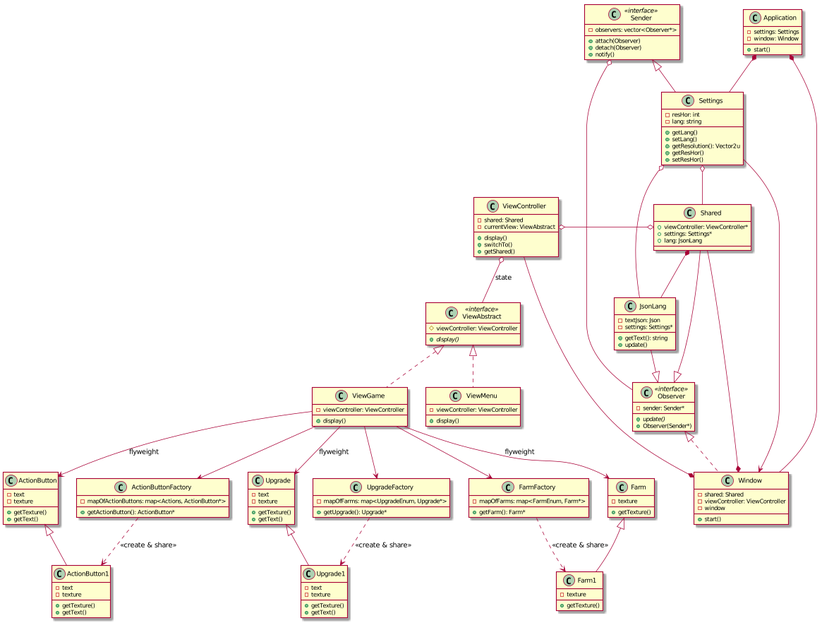
ArturBa/AlmostAgricola keeps this PlantUML diagram as docs/UML/ClassUML.png. Above is the earlier version.
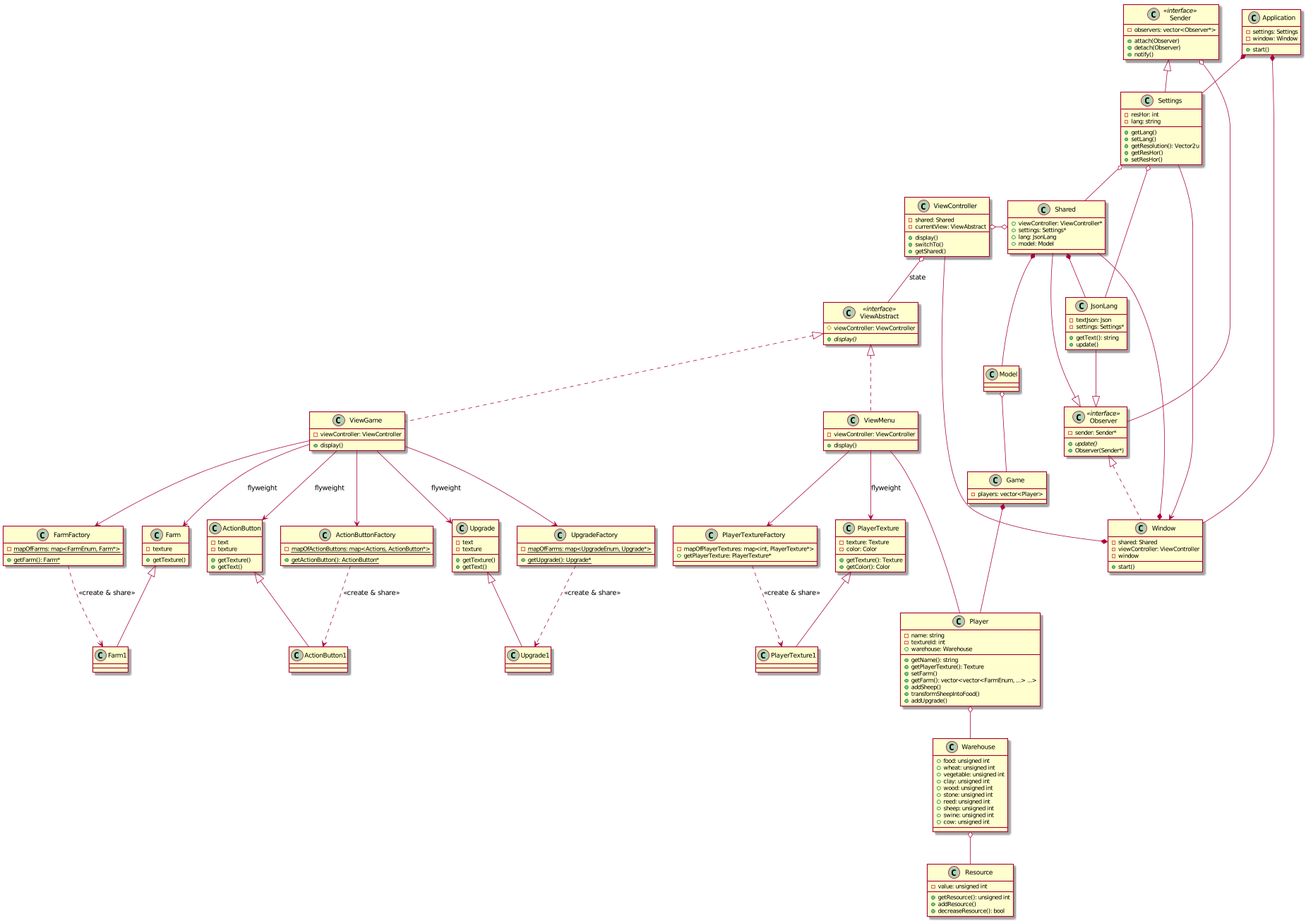
The same diagram one commit later.

Diff of the diagram source:
```diff
@@ -11,6 +11,7 @@
     + viewController: ViewController*
     + settings: Settings*
     + lang: JsonLang
+    + model: Model
 }
 
 class ViewController{
@@ -66,8 +67,8 @@
 }
 
 class ActionButtonFactory {
-    - mapOfActionButtons: map<Actions, ActionButton*>
-    + getActionButton(): ActionButton*
+    - {static} mapOfActionButtons: map<Actions, ActionButton*>
+    + {static} getActionButton(): ActionButton*
 }
 
 class ActionButton{
@@ -78,15 +79,11 @@
 }
 
 class ActionButton1{
-    - text
-    - texture
-    + getTexture()
-    + getText()
 }
 
 class FarmFactory{
-    - mapOfFarms: map<FarmEnum, Farm*>
-    + getFarm(): Farm*
+    - {static} mapOfFarms: map<FarmEnum, Farm*>
+    + {static} getFarm(): Farm*
 }
 
 class Farm{
@@ -94,25 +91,36 @@
     + getTexture()
 }
 class Farm1{
-    - texture
-    + getTexture()
 }
 
 class UpgradeFactory{
-    - mapOfFarms: map<UpgradeEnum, Upgrade*>
-    + getUpgrade(): Upgrade*
+    - {static} mapOfFarms: map<UpgradeEnum, Upgrade*>
+    + {static} getUpgrade(): Upgrade*
 }
+
 class Upgrade{
     - text
     - texture
     + getTexture()
     + getText()
 }
+
 class Upgrade1{
-    - text
-    - texture
-    + getTexture()
-    + getText()
+}
+
+class PlayerTextureFactory{
+    - mapOfPlayerTextures: map<int, PlayerTexture*>
+    + getPlayerTexture: PlayerTexture*
+}
+
+class PlayerTexture{
+    - texture: Texture
+    - color: Color
+    + getTexture(): Texture
+    + getColor(): Color
+}
+
+class PlayerTexture1{
 }
 
 class JsonLang{
@@ -122,6 +130,46 @@
     + update()
 }
 
+class Model{
+}
+
+class Player {
+    - name: string
+    - textureId: int
+    + warehouse: Warehouse
+    + getName(): string
+    + getPlayerTexture(): Texture
+    + setFarm()
+    + getFarm(): vector<vector<FarmEnum, ...> ...>
+    + addSheep()
+    + transformSheepIntoFood()
+    + addUpgrade()
+}
+
+class Warehouse {
+    + food: unsigned int
+    + wheat: unsigned int
+    + vegetable: unsigned int
+    + clay: unsigned int
+    + wood: unsigned int
+    + stone: unsigned int
+    + reed: unsigned int
+    + sheep: unsigned int
+    + swine: unsigned int
+    + cow: unsigned int
+}
+
+class Resource{
+    - value: unsigned int
+    + getResource(): unsigned int
+    + addResource()
+    + decreaseResource(): bool
+
+}
+
+class Game{
+    - players: vector<Player>
+}
 
 Window *-- ViewController
 Window *-- Shared
@@ -135,6 +183,11 @@
 ViewAbstract <|.. ViewMenu
 ViewAbstract <|.. ViewGame
 ViewController o-- ViewAbstract: state
+
+PlayerTexture <|-- PlayerTexture1
+ViewMenu --> PlayerTextureFactory
+ViewMenu --> PlayerTexture: flyweight
+PlayerTextureFactory ..> PlayerTexture1: <<create & share>>
 
 ActionButton <|-- ActionButton1
 ViewGame --> ActionButtonFactory
@@ -161,4 +214,13 @@
 
 Settings o-- Shared
 
+Shared *-- Model
+Model o-- Game
+Game *-- Player
+
+ViewMenu --- Player
+Player o-- Warehouse
+Warehouse o-- Resource
+
+
 @enduml
```
